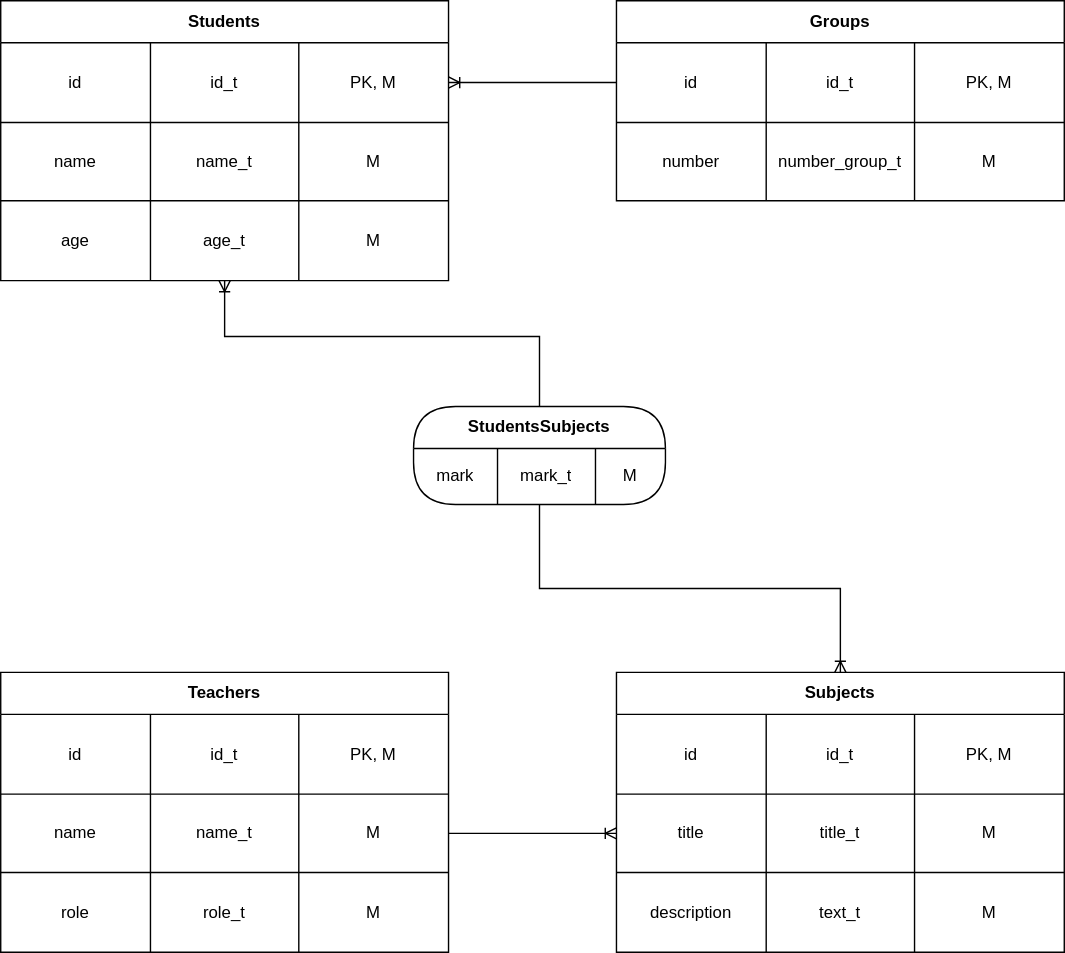
This is Entity.svg from OlegUtusikov/DataBaseCourse, a draw.io export, as it was before one commit. Source tidied: cells renumbered, new cells last; positions are measured from the earlier drawing's top-left corner, leaving out a move shared by most shapes.
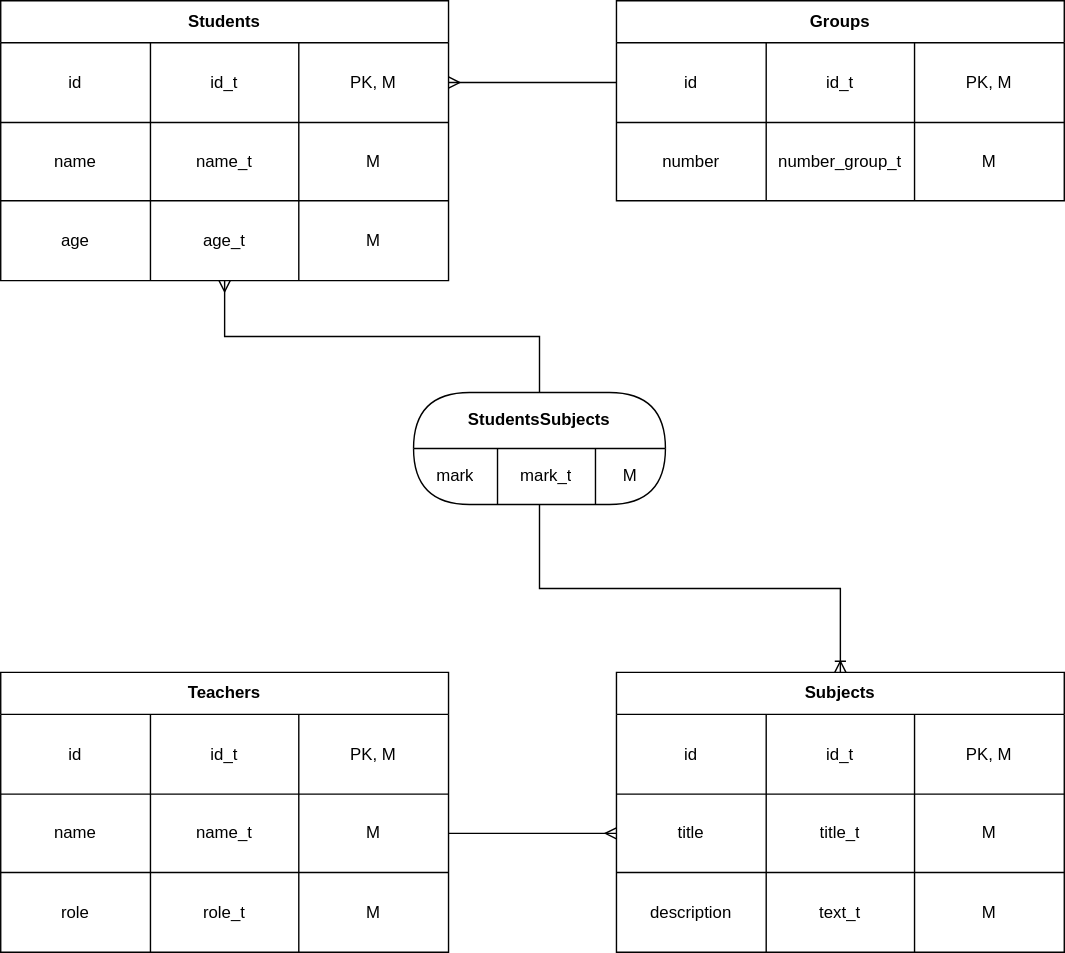
After the commit.

What changed in the source:
```diff
@@ -154,7 +154,7 @@
         </Array>
       </mxGeometry>
     </mxCell>
-    <mxCell id="51" style="edgeStyle=orthogonalEdgeStyle;rounded=0;jettySize=auto;html=1;exitX=0.5;exitY=0;exitDx=0;exitDy=0;entryX=0.5;entryY=1;entryDx=0;entryDy=0;startArrow=none;startFill=0;endArrow=ERoneToMany;endFill=0;" parent="1" edge="1" source="52" target="2">
+    <mxCell id="51" style="edgeStyle=orthogonalEdgeStyle;rounded=0;jettySize=auto;html=1;exitX=0.5;exitY=0;exitDx=0;exitDy=0;entryX=0.5;entryY=1;entryDx=0;entryDy=0;startArrow=none;startFill=0;endArrow=ERmany;endFill=0;" parent="1" edge="1" source="52" target="2">
       <mxGeometry relative="1" as="geometry">
         <Array as="points">
           <mxPoint x="385" y="240" />
@@ -162,11 +162,17 @@
         </Array>
       </mxGeometry>
     </mxCell>
+    <mxCell id="57" style="edgeStyle=orthogonalEdgeStyle;rounded=0;jettySize=auto;html=1;exitX=1;exitY=0.5;exitDx=0;exitDy=0;entryX=0;entryY=0.5;entryDx=0;entryDy=0;startArrow=none;startFill=0;endArrow=ERmany;endFill=0;" parent="1" edge="1" source="29" target="42">
+      <mxGeometry relative="1" as="geometry" />
+    </mxCell>
+    <mxCell id="58" style="edgeStyle=orthogonalEdgeStyle;rounded=0;jettySize=auto;html=1;exitX=1;exitY=0.5;exitDx=0;exitDy=0;entryX=0;entryY=0.5;entryDx=0;entryDy=0;startArrow=ERmany;startFill=0;endArrow=none;endFill=0;" parent="1" edge="1" source="3" target="16">
+      <mxGeometry relative="1" as="geometry" />
+    </mxCell>
-    <mxCell id="52" value="StudentsSubjects" style="shape=table;html=1;whiteSpace=wrap;startSize=30;fontStyle=1;align=center;rounded=1;arcSize=50;" parent="1" vertex="1">
-      <mxGeometry x="295" y="290" width="180" height="70" as="geometry" />
+    <mxCell id="52" value="StudentsSubjects" style="shape=table;html=1;whiteSpace=wrap;startSize=40;fontStyle=1;align=center;rounded=1;arcSize=50;" parent="1" vertex="1">
+      <mxGeometry x="295" y="280" width="180" height="80" as="geometry" />
     </mxCell>
     <mxCell id="53" style="shape=partialRectangle;html=1;whiteSpace=wrap;fillColor=none;top=0;left=0;bottom=0;right=0;" parent="52" vertex="1">
-      <mxGeometry y="30" width="180" height="40" as="geometry" />
+      <mxGeometry y="40" width="180" height="40" as="geometry" />
     </mxCell>
     <mxCell id="54" value="mark" style="shape=partialRectangle;html=1;whiteSpace=wrap;fillColor=none;top=0;left=0;bottom=0;right=0;overflow=hidden;" parent="53" vertex="1">
       <mxGeometry width="60" height="40" as="geometry" />
@@ -177,11 +183,5 @@
     <mxCell id="56" value="M" style="shape=partialRectangle;html=1;whiteSpace=wrap;fillColor=none;top=0;left=0;bottom=0;right=0;overflow=hidden;" parent="53" vertex="1">
       <mxGeometry x="130" width="50" height="40" as="geometry" />
     </mxCell>
-    <mxCell id="57" style="edgeStyle=orthogonalEdgeStyle;rounded=0;jettySize=auto;html=1;exitX=1;exitY=0.5;exitDx=0;exitDy=0;entryX=0;entryY=0.5;entryDx=0;entryDy=0;startArrow=none;startFill=0;endArrow=ERoneToMany;endFill=0;" parent="1" edge="1" source="29" target="42">
-      <mxGeometry relative="1" as="geometry" />
-    </mxCell>
-    <mxCell id="58" style="edgeStyle=orthogonalEdgeStyle;rounded=0;jettySize=auto;html=1;exitX=1;exitY=0.5;exitDx=0;exitDy=0;entryX=0;entryY=0.5;entryDx=0;entryDy=0;startArrow=ERoneToMany;startFill=0;endArrow=none;endFill=0;" parent="1" edge="1" source="3" target="16">
-      <mxGeometry relative="1" as="geometry" />
-    </mxCell>
   </root>
 </mxGraphModel>
```
